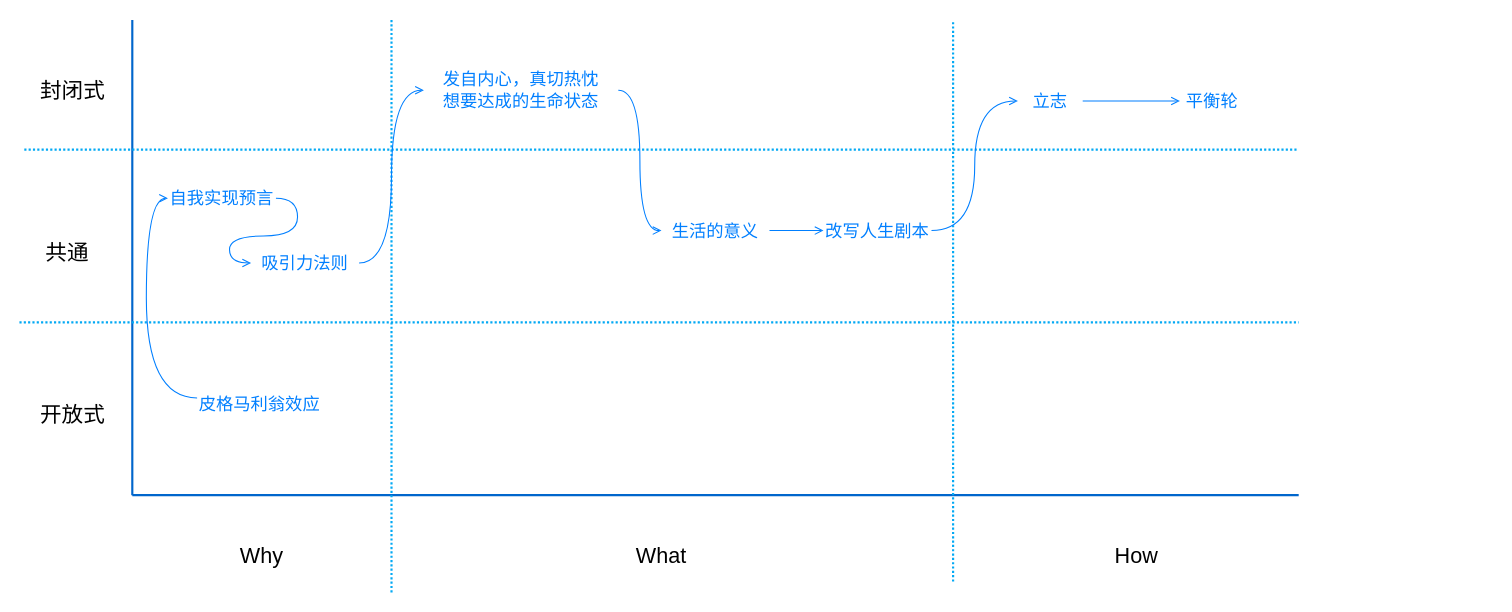
Before: page "第 6 页" (6 of 6) of 人生重启计划.drawio in youyusan/life_system, a draw.io diagram. Source tidied: cells renumbered, new cells numbered last; positions are measured from the earlier drawing's top-left corner, leaving out a move shared by most shapes. Both pictures are drawn from the tidied source at 108%, with x=0, y=0 at pixel (19, 19).
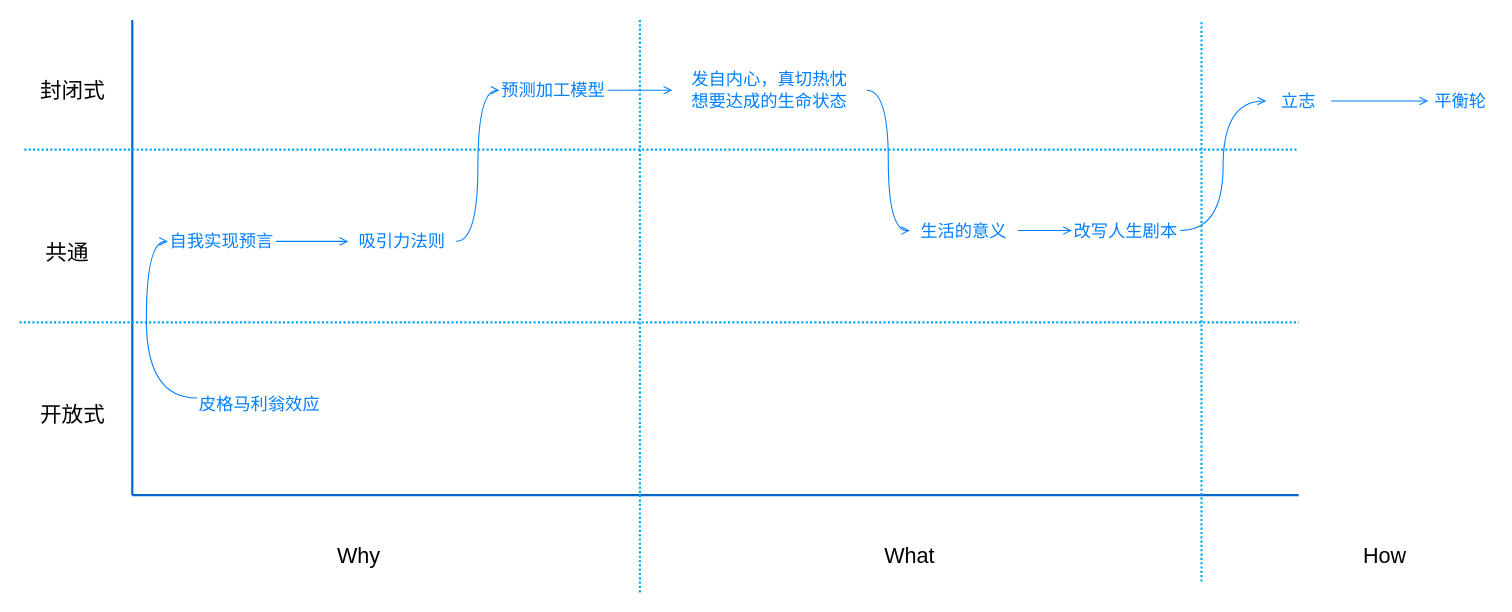
The same diagram, later.

Commit message:
更新人生重启计划.drawio

Diff of the diagram source:
```diff
@@
     <mxCell id="9" style="endArrow=none;dashed=1;html=1;dashPattern=1 1;strokeWidth=2;rounded=0;strokeColor=#03A9F4;align=center;verticalAlign=middle;fontFamily=Helvetica;fontSize=11;fontColor=default;labelBackgroundColor=default;" parent="1" edge="1">
       <mxGeometry relative="1" as="geometry">
-        <mxPoint x="344" y="530" as="sourcePoint" />
-        <mxPoint x="344" as="targetPoint" />
+        <mxPoint x="574" y="530" as="sourcePoint" />
+        <mxPoint x="574" as="targetPoint" />
       </mxGeometry>
     </mxCell>
     <mxCell id="10" value="Why" style="text;html=1;align=center;verticalAlign=middle;whiteSpace=wrap;rounded=0;fontSize=20;" parent="1" vertex="1">
-      <mxGeometry x="194" y="480" width="60" height="30" as="geometry" />
+      <mxGeometry x="284" y="480" width="60" height="30" as="geometry" />
     </mxCell>
     <mxCell id="11" value="How" style="text;html=1;align=center;verticalAlign=middle;whiteSpace=wrap;rounded=0;fontSize=20;" parent="1" vertex="1">
-      <mxGeometry x="1004" y="480" width="60" height="30" as="geometry" />
+      <mxGeometry x="1234" y="480" width="60" height="30" as="geometry" />
     </mxCell>
     <mxCell id="12" value="What" style="text;html=1;align=center;verticalAlign=middle;whiteSpace=wrap;rounded=0;fontSize=20;" parent="1" vertex="1">
-      <mxGeometry x="564" y="480" width="60" height="30" as="geometry" />
+      <mxGeometry x="794" y="480" width="60" height="30" as="geometry" />
     </mxCell>
-    <mxCell id="13" style="edgeStyle=orthogonalEdgeStyle;shape=connector;curved=1;rounded=0;jettySize=auto;html=1;strokeColor=#007FFF;align=center;verticalAlign=middle;fontFamily=Helvetica;fontSize=11;fontColor=default;labelBackgroundColor=default;endArrow=open;endFill=0;entryX=0;entryY=0.5;entryDx=0;entryDy=0;exitX=1;exitY=0.5;exitDx=0;exitDy=0;" parent="1" edge="1" source="25" target="19">
-      <mxGeometry relative="1" as="geometry" />
-    </mxCell>
-    <mxCell id="14" style="edgeStyle=orthogonalEdgeStyle;shape=connector;curved=1;rounded=0;jettySize=auto;html=1;entryX=0;entryY=0.5;entryDx=0;entryDy=0;strokeColor=#007FFF;align=center;verticalAlign=middle;fontFamily=Helvetica;fontSize=11;fontColor=default;labelBackgroundColor=default;endArrow=open;endFill=0;exitX=1;exitY=0.5;exitDx=0;exitDy=0;" parent="1" edge="1" source="15" target="25">
+    <mxCell id="14" style="edgeStyle=orthogonalEdgeStyle;shape=connector;curved=1;rounded=0;jettySize=auto;html=1;strokeColor=#007FFF;align=center;verticalAlign=middle;fontFamily=Helvetica;fontSize=11;fontColor=default;labelBackgroundColor=default;endArrow=open;endFill=0;" parent="1" edge="1" source="15" target="25">
       <mxGeometry relative="1" as="geometry" />
     </mxCell>
     <mxCell id="15" value="自我实现预言" style="text;html=1;align=center;verticalAlign=middle;whiteSpace=wrap;rounded=0;fontSize=16;fontFamily=Helvetica;fontColor=#007FFF;" parent="1" vertex="1">
-      <mxGeometry x="137" y="150" width="100" height="30" as="geometry" />
+      <mxGeometry x="137" y="190" width="100" height="30" as="geometry" />
     </mxCell>
@@
     <mxCell id="19" value="发自内心，真切热忱&lt;br&gt;想要达成的生命状态" style="text;html=1;align=center;verticalAlign=middle;whiteSpace=wrap;rounded=0;fontSize=16;fontFamily=Helvetica;fontColor=#007FFF;" parent="1" vertex="1">
-      <mxGeometry x="374" y="50" width="180" height="30" as="geometry" />
+      <mxGeometry x="604" y="50" width="180" height="30" as="geometry" />
     </mxCell>
     <mxCell id="20" style="endArrow=none;dashed=1;html=1;dashPattern=1 1;strokeWidth=2;rounded=0;strokeColor=#03A9F4;" parent="1" edge="1">
       <mxGeometry relative="1" as="geometry">
-        <mxPoint x="864" y="520" as="sourcePoint" />
-        <mxPoint x="864" as="targetPoint" />
+        <mxPoint x="1094" y="520" as="sourcePoint" />
+        <mxPoint x="1094" as="targetPoint" />
       </mxGeometry>
     </mxCell>
@@
     <mxCell id="22" value="生活的意义" style="text;html=1;align=center;verticalAlign=middle;whiteSpace=wrap;rounded=0;fontSize=16;fontFamily=Helvetica;fontColor=#007FFF;" parent="1" vertex="1">
-      <mxGeometry x="594" y="180" width="100" height="30" as="geometry" />
+      <mxGeometry x="824" y="180" width="100" height="30" as="geometry" />
     </mxCell>
@@
     <mxCell id="24" value="改写人生剧本" style="text;html=1;align=center;verticalAlign=middle;whiteSpace=wrap;rounded=0;fontSize=16;fontFamily=Helvetica;fontColor=#007FFF;" parent="1" vertex="1">
-      <mxGeometry x="744" y="180" width="100" height="30" as="geometry" />
+      <mxGeometry x="974" y="180" width="100" height="30" as="geometry" />
     </mxCell>
+    <mxCell id="29" style="edgeStyle=orthogonalEdgeStyle;shape=connector;curved=1;rounded=0;jettySize=auto;html=1;entryX=0;entryY=0.5;entryDx=0;entryDy=0;strokeColor=#007FFF;align=center;verticalAlign=middle;fontFamily=Helvetica;fontSize=11;fontColor=default;labelBackgroundColor=default;endArrow=open;endFill=0;" parent="1" edge="1" source="25" target="31">
+      <mxGeometry relative="1" as="geometry" />
+    </mxCell>
     <mxCell id="25" value="吸引力法则" style="text;html=1;align=center;verticalAlign=middle;whiteSpace=wrap;rounded=0;fontSize=16;fontFamily=Helvetica;fontColor=#007FFF;" parent="1" vertex="1">
-      <mxGeometry x="214" y="210" width="100" height="30" as="geometry" />
+      <mxGeometry x="304" y="190" width="100" height="30" as="geometry" />
     </mxCell>
@@
     <mxCell id="27" value="立志" style="text;html=1;align=center;verticalAlign=middle;whiteSpace=wrap;rounded=0;fontSize=16;fontFamily=Helvetica;fontColor=#007FFF;" parent="1" vertex="1">
-      <mxGeometry x="924" y="60" width="60" height="30" as="geometry" />
+      <mxGeometry x="1154" y="60" width="60" height="30" as="geometry" />
     </mxCell>
     <mxCell id="28" value="平衡轮" style="text;html=1;align=center;verticalAlign=middle;whiteSpace=wrap;rounded=0;fontSize=16;fontFamily=Helvetica;fontColor=#007FFF;" parent="1" vertex="1">
-      <mxGeometry x="1074" y="60" width="60" height="30" as="geometry" />
+      <mxGeometry x="1304" y="60" width="60" height="30" as="geometry" />
     </mxCell>
+    <mxCell id="30" style="edgeStyle=orthogonalEdgeStyle;shape=connector;curved=1;rounded=0;jettySize=auto;html=1;strokeColor=#007FFF;align=center;verticalAlign=middle;fontFamily=Helvetica;fontSize=11;fontColor=default;labelBackgroundColor=default;endArrow=open;endFill=0;" parent="1" edge="1" source="31" target="19">
+      <mxGeometry relative="1" as="geometry" />
+    </mxCell>
+    <mxCell id="31" value="预测加工模型" style="text;html=1;align=center;verticalAlign=middle;whiteSpace=wrap;rounded=0;fontSize=16;fontFamily=Helvetica;fontColor=#007FFF;" parent="1" vertex="1">
+      <mxGeometry x="444" y="50" width="100" height="30" as="geometry" />
+    </mxCell>
```
